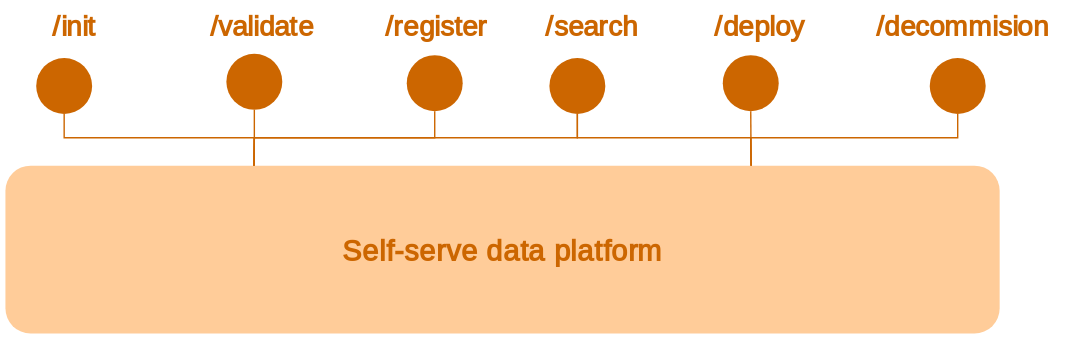
Above: docs/images/concepts/self-serve-data-platform.svg in opendatamesh-initiative/odm-site-platform (draw.io), before the change. Source tidied: cells renumbered, new cells last; positions are measured from the earlier drawing's top-left corner, leaving out a move shared by most shapes.
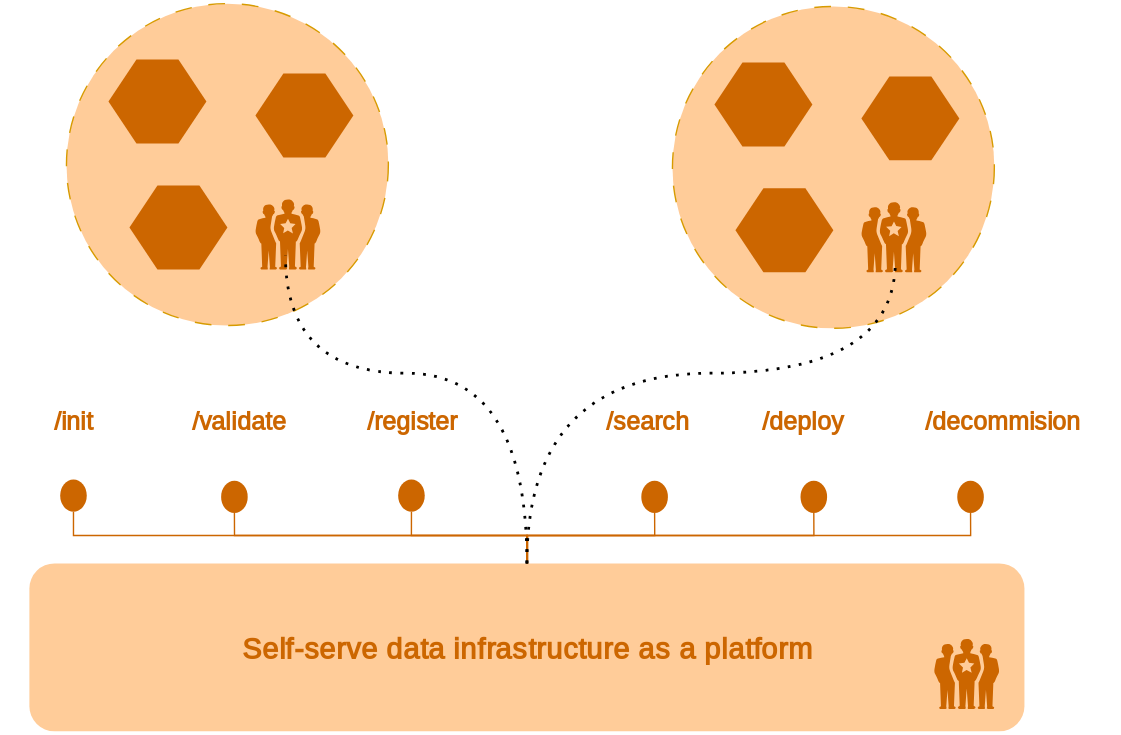
After the commit.

What changed in the source:
```diff
@@ -2,94 +2,142 @@
   <root>
     <mxCell id="0" />
     <mxCell id="1" parent="0" />
-    <mxCell id="2" value="&lt;font style=&quot;color: rgb(204, 102, 0); font-size: 21px;&quot; face=&quot;Poppins&quot;&gt;&lt;b style=&quot;&quot;&gt;Self-serve data platform&lt;/b&gt;&lt;/font&gt;" style="rounded=1;whiteSpace=wrap;html=1;fillColor=#FFCC99;strokeColor=none;" parent="1" vertex="1">
-      <mxGeometry x="1" y="116" width="711" height="120" as="geometry" />
+    <mxCell id="2" value="&lt;font style=&quot;color: rgb(204, 102, 0); font-size: 21px;&quot; face=&quot;Poppins&quot;&gt;&lt;b style=&quot;&quot;&gt;Self-serve data infrastructure as a platform&lt;/b&gt;&lt;/font&gt;" style="rounded=1;whiteSpace=wrap;html=1;fillColor=#FFCC99;strokeColor=none;" parent="1" vertex="1">
+      <mxGeometry x="0.5" y="252" width="711" height="120" as="geometry" />
     </mxCell>
-    <mxCell id="3" value="&lt;font style=&quot;color: rgb(204, 102, 0); font-size: 20px;&quot;&gt;/init&lt;/font&gt;" style="text;html=1;align=center;verticalAlign=middle;whiteSpace=wrap;rounded=0;fontStyle=1;fontFamily=Poppins;fontSource=https%3A%2F%2Ffonts.googleapis.com%2Fcss%3Ffamily%3DPoppins;" parent="1" vertex="1">
-      <mxGeometry width="100" height="30" as="geometry" />
+    <mxCell id="3" value="&lt;font style=&quot;color: rgb(204, 102, 0);&quot;&gt;/init&lt;/font&gt;" style="text;html=1;align=center;verticalAlign=middle;whiteSpace=wrap;rounded=0;fontStyle=1;fontFamily=Poppins;fontSource=https%3A%2F%2Ffonts.googleapis.com%2Fcss%3Ffamily%3DPoppins;fontSize=18;" parent="1" vertex="1">
+      <mxGeometry x="-18" y="136" width="100" height="30" as="geometry" />
     </mxCell>
-    <mxCell id="4" style="ellipse;whiteSpace=wrap;html=1;strokeColor=none;fillColor=#CC6600;" parent="1" vertex="1">
-      <mxGeometry x="390" y="39" width="40" height="40" as="geometry" />
+    <mxCell id="4" value="&lt;font style=&quot;color: rgb(204, 102, 0);&quot;&gt;/register&lt;/font&gt;" style="text;html=1;align=center;verticalAlign=middle;whiteSpace=wrap;rounded=0;fontStyle=1;fontFamily=Poppins;fontSource=https%3A%2F%2Ffonts.googleapis.com%2Fcss%3Ffamily%3DPoppins;fontSize=18;" parent="1" vertex="1">
+      <mxGeometry x="228.5" y="136" width="90" height="30" as="geometry" />
     </mxCell>
-    <mxCell id="5" style="endArrow=none;html=1;rounded=0;exitX=0.75;exitY=0;exitDx=0;exitDy=0;entryX=0.5;entryY=1;entryDx=0;entryDy=0;strokeColor=#CC6600;" parent="1" edge="1" source="2" target="4">
-      <mxGeometry relative="1" as="geometry">
-        <Array as="points">
-          <mxPoint x="534" y="96" />
-          <mxPoint x="410" y="96" />
-        </Array>
-      </mxGeometry>
+    <mxCell id="5" value="&lt;font style=&quot;color: rgb(204, 102, 0);&quot;&gt;/deploy&lt;/font&gt;" style="text;html=1;align=center;verticalAlign=middle;whiteSpace=wrap;rounded=0;fontStyle=1;fontFamily=Poppins;fontSource=https%3A%2F%2Ffonts.googleapis.com%2Fcss%3Ffamily%3DPoppins;fontSize=18;" parent="1" vertex="1">
+      <mxGeometry x="437.8" y="136" width="230" height="30" as="geometry" />
     </mxCell>
-    <mxCell id="6" value="&lt;font style=&quot;color: rgb(204, 102, 0); font-size: 20px;&quot;&gt;/register&lt;/font&gt;" style="text;html=1;align=center;verticalAlign=middle;whiteSpace=wrap;rounded=0;fontStyle=1;fontFamily=Poppins;fontSource=https%3A%2F%2Ffonts.googleapis.com%2Fcss%3Ffamily%3DPoppins;" parent="1" vertex="1">
-      <mxGeometry x="264" width="90" height="30" as="geometry" />
+    <mxCell id="6" value="&lt;font style=&quot;color: rgb(204, 102, 0);&quot;&gt;/validate&lt;/font&gt;" style="text;html=1;align=center;verticalAlign=middle;whiteSpace=wrap;rounded=0;fontStyle=1;fontFamily=Poppins;fontSource=https%3A%2F%2Ffonts.googleapis.com%2Fcss%3Ffamily%3DPoppins;fontSize=18;" parent="1" vertex="1">
+      <mxGeometry x="104.5" y="136" width="90" height="30" as="geometry" />
     </mxCell>
-    <mxCell id="7" style="ellipse;whiteSpace=wrap;html=1;strokeColor=none;fillColor=#CC6600;" parent="1" vertex="1">
-      <mxGeometry x="514" y="37" width="40" height="40" as="geometry" />
+    <mxCell id="7" value="&lt;font style=&quot;color: rgb(204, 102, 0);&quot;&gt;/decommision&lt;/font&gt;" style="text;html=1;align=center;verticalAlign=middle;whiteSpace=wrap;rounded=0;fontStyle=1;fontFamily=Poppins;fontSource=https%3A%2F%2Ffonts.googleapis.com%2Fcss%3Ffamily%3DPoppins;fontSize=18;" parent="1" vertex="1">
+      <mxGeometry x="612.5" y="136" width="166" height="30" as="geometry" />
     </mxCell>
-    <mxCell id="8" value="&lt;font style=&quot;color: rgb(204, 102, 0); font-size: 20px;&quot;&gt;/deploy&lt;/font&gt;" style="text;html=1;align=center;verticalAlign=middle;whiteSpace=wrap;rounded=0;fontStyle=1;fontFamily=Poppins;fontSource=https%3A%2F%2Ffonts.googleapis.com%2Fcss%3Ffamily%3DPoppins;" parent="1" vertex="1">
-      <mxGeometry x="425.2" width="230" height="30" as="geometry" />
+    <mxCell id="8" style="edgeStyle=orthogonalEdgeStyle;rounded=0;jettySize=auto;html=1;exitX=0.5;exitY=1;exitDx=0;exitDy=0;entryX=0.5;entryY=0;entryDx=0;entryDy=0;endArrow=none;endFill=0;strokeColor=#CC6600;" parent="1" edge="1" source="9" target="2">
+      <mxGeometry relative="1" as="geometry">
+        <Array as="points">
+          <mxPoint x="32.5" y="232" />
+          <mxPoint x="356.5" y="232" />
+        </Array>
+      </mxGeometry>
     </mxCell>
-    <mxCell id="9" style="endArrow=none;html=1;rounded=0;exitX=0.75;exitY=0;exitDx=0;exitDy=0;entryX=0.5;entryY=1;entryDx=0;entryDy=0;strokeColor=#CC6600;" parent="1" edge="1" source="2" target="7">
-      <mxGeometry relative="1" as="geometry" />
+    <mxCell id="9" style="ellipse;whiteSpace=wrap;html=1;strokeColor=none;fillColor=#CC6600;" parent="1" vertex="1">
+      <mxGeometry x="22.5" y="192" width="19" height="23" as="geometry" />
     </mxCell>
-    <mxCell id="10" style="ellipse;whiteSpace=wrap;html=1;strokeColor=none;fillColor=#CC6600;" parent="1" vertex="1">
-      <mxGeometry x="159" y="36" width="40" height="40" as="geometry" />
+    <mxCell id="10" value="&lt;font style=&quot;color: rgb(204, 102, 0);&quot;&gt;/search&lt;/font&gt;" style="text;html=1;align=center;verticalAlign=middle;whiteSpace=wrap;rounded=0;fontStyle=1;fontFamily=Poppins;fontSource=https%3A%2F%2Ffonts.googleapis.com%2Fcss%3Ffamily%3DPoppins;fontSize=18;" parent="1" vertex="1">
+      <mxGeometry x="391.5" y="136" width="100" height="30" as="geometry" />
     </mxCell>
-    <mxCell id="11" style="endArrow=none;html=1;rounded=0;exitX=0.25;exitY=0;exitDx=0;exitDy=0;entryX=0.5;entryY=1;entryDx=0;entryDy=0;strokeColor=#CC6600;" parent="1" edge="1" source="2" target="10">
+    <mxCell id="11" style="edgeStyle=orthogonalEdgeStyle;rounded=0;jettySize=auto;html=1;exitX=0.5;exitY=1;exitDx=0;exitDy=0;entryX=0.5;entryY=0;entryDx=0;entryDy=0;endArrow=none;endFill=0;strokeColor=#CC6600;" parent="1" edge="1" source="12" target="2">
       <mxGeometry relative="1" as="geometry">
         <Array as="points">
-          <mxPoint x="179" y="96" />
+          <mxPoint x="146.5" y="232" />
+          <mxPoint x="356.5" y="232" />
         </Array>
       </mxGeometry>
     </mxCell>
-    <mxCell id="12" value="&lt;font style=&quot;color: rgb(204, 102, 0); font-size: 20px;&quot;&gt;/validate&lt;/font&gt;" style="text;html=1;align=center;verticalAlign=middle;whiteSpace=wrap;rounded=0;fontStyle=1;fontFamily=Poppins;fontSource=https%3A%2F%2Ffonts.googleapis.com%2Fcss%3Ffamily%3DPoppins;" parent="1" vertex="1">
-      <mxGeometry x="139" width="90" height="30" as="geometry" />
+    <mxCell id="12" style="ellipse;whiteSpace=wrap;html=1;strokeColor=none;fillColor=#CC6600;" parent="1" vertex="1">
+      <mxGeometry x="137.5" y="193" width="19" height="23" as="geometry" />
     </mxCell>
-    <mxCell id="13" style="ellipse;whiteSpace=wrap;html=1;strokeColor=none;fillColor=#CC6600;" parent="1" vertex="1">
-      <mxGeometry x="662" y="39" width="40" height="40" as="geometry" />
+    <mxCell id="13" style="edgeStyle=orthogonalEdgeStyle;rounded=0;jettySize=auto;html=1;entryX=0.5;entryY=0;entryDx=0;entryDy=0;endArrow=none;endFill=0;strokeColor=#CC6600;" parent="1" edge="1" source="14" target="2">
+      <mxGeometry relative="1" as="geometry">
+        <Array as="points">
+          <mxPoint x="273.5" y="232" />
+          <mxPoint x="356.5" y="232" />
+        </Array>
+      </mxGeometry>
     </mxCell>
-    <mxCell id="14" style="endArrow=none;html=1;rounded=0;exitX=0.5;exitY=1;exitDx=0;exitDy=0;entryX=0.75;entryY=0;entryDx=0;entryDy=0;strokeColor=#CC6600;" parent="1" edge="1" source="13" target="2">
-      <mxGeometry relative="1" as="geometry">
-        <Array as="points">
-          <mxPoint x="682" y="96" />
-          <mxPoint x="534" y="96" />
-        </Array>
-      </mxGeometry>
+    <mxCell id="14" style="ellipse;whiteSpace=wrap;html=1;strokeColor=none;fillColor=#CC6600;" parent="1" vertex="1">
+      <mxGeometry x="264" y="192" width="19" height="23" as="geometry" />
     </mxCell>
-    <mxCell id="15" value="&lt;font style=&quot;color: rgb(204, 102, 0); font-size: 20px;&quot;&gt;/decommision&lt;/font&gt;" style="text;html=1;align=center;verticalAlign=middle;whiteSpace=wrap;rounded=0;fontStyle=1;fontFamily=Poppins;fontSource=https%3A%2F%2Ffonts.googleapis.com%2Fcss%3Ffamily%3DPoppins;" parent="1" vertex="1">
-      <mxGeometry x="602" width="166" height="30" as="geometry" />
+    <mxCell id="15" style="edgeStyle=orthogonalEdgeStyle;rounded=0;jettySize=auto;html=1;exitX=0.5;exitY=1;exitDx=0;exitDy=0;entryX=0.5;entryY=0;entryDx=0;entryDy=0;endArrow=none;endFill=0;strokeColor=#CC6600;" parent="1" edge="1" source="16" target="2">
+      <mxGeometry relative="1" as="geometry">
+        <Array as="points">
+          <mxPoint x="447.5" y="232" />
+          <mxPoint x="356.5" y="232" />
+        </Array>
+      </mxGeometry>
     </mxCell>
     <mxCell id="16" style="ellipse;whiteSpace=wrap;html=1;strokeColor=none;fillColor=#CC6600;" parent="1" vertex="1">
-      <mxGeometry x="23" y="39" width="40" height="40" as="geometry" />
+      <mxGeometry x="437.8" y="193" width="19" height="23" as="geometry" />
     </mxCell>
-    <mxCell id="17" style="endArrow=none;html=1;rounded=0;exitX=0.25;exitY=0;exitDx=0;exitDy=0;entryX=0.5;entryY=1;entryDx=0;entryDy=0;strokeColor=#CC6600;" parent="1" edge="1" source="2" target="16">
+    <mxCell id="17" style="edgeStyle=orthogonalEdgeStyle;rounded=0;jettySize=auto;html=1;entryX=0.5;entryY=0;entryDx=0;entryDy=0;endArrow=none;endFill=0;strokeColor=#CC6600;" parent="1" edge="1" source="18" target="2">
       <mxGeometry relative="1" as="geometry">
         <Array as="points">
-          <mxPoint x="179" y="96" />
-          <mxPoint x="43" y="96" />
+          <mxPoint x="561.5" y="232" />
+          <mxPoint x="356.5" y="232" />
         </Array>
       </mxGeometry>
     </mxCell>
     <mxCell id="18" style="ellipse;whiteSpace=wrap;html=1;strokeColor=none;fillColor=#CC6600;" parent="1" vertex="1">
-      <mxGeometry x="288" y="37" width="40" height="40" as="geometry" />
+      <mxGeometry x="551.5" y="193" width="19" height="23" as="geometry" />
     </mxCell>
-    <mxCell id="19" style="endArrow=none;html=1;rounded=0;exitX=0.25;exitY=0;exitDx=0;exitDy=0;entryX=0.5;entryY=1;entryDx=0;entryDy=0;strokeColor=#CC6600;" parent="1" edge="1" source="2" target="18">
-      <mxGeometry relative="1" as="geometry">
-        <Array as="points">
-          <mxPoint x="179" y="96" />
-          <mxPoint x="308" y="96" />
-        </Array>
-      </mxGeometry>
+    <mxCell id="19" style="ellipse;whiteSpace=wrap;html=1;strokeColor=none;fillColor=#CC6600;" parent="1" vertex="1">
+      <mxGeometry x="663.5" y="193" width="19" height="23" as="geometry" />
     </mxCell>
-    <mxCell id="20" value="&lt;font style=&quot;color: rgb(204, 102, 0); font-size: 20px;&quot;&gt;/search&lt;/font&gt;" style="text;html=1;align=center;verticalAlign=middle;whiteSpace=wrap;rounded=0;fontStyle=1;fontFamily=Poppins;fontSource=https%3A%2F%2Ffonts.googleapis.com%2Fcss%3Ffamily%3DPoppins;" parent="1" vertex="1">
-      <mxGeometry x="370" width="100" height="30" as="geometry" />
+    <mxCell id="20" style="edgeStyle=orthogonalEdgeStyle;rounded=0;jettySize=auto;html=1;entryX=0.5;entryY=0;entryDx=0;entryDy=0;endArrow=none;endFill=0;exitX=0.5;exitY=1;exitDx=0;exitDy=0;strokeColor=#CC6600;" parent="1" edge="1" source="19" target="2">
+      <mxGeometry relative="1" as="geometry">
+        <Array as="points">
+          <mxPoint x="673.5" y="232" />
+          <mxPoint x="356.5" y="232" />
+          <mxPoint x="356.5" y="252" />
+        </Array>
+      </mxGeometry>
     </mxCell>
-    <mxCell id="21" style="endArrow=none;html=1;rounded=0;exitX=0.25;exitY=0;exitDx=0;exitDy=0;entryX=0.5;entryY=1;entryDx=0;entryDy=0;strokeColor=#CC6600;" parent="1" edge="1" source="2" target="4">
-      <mxGeometry relative="1" as="geometry">
-        <Array as="points">
-          <mxPoint x="179" y="96" />
-          <mxPoint x="410" y="96" />
-        </Array>
-      </mxGeometry>
+    <mxCell id="21" style="ellipse;whiteSpace=wrap;html=1;dashed=1;dashPattern=12 12;fillColor=#FFCC99;strokeColor=#d79b00;fontFamily=Poppins;fontSource=https%3A%2F%2Ffonts.googleapis.com%2Fcss%3Ffamily%3DPoppins;" parent="1" vertex="1">
+      <mxGeometry x="27" y="-148" width="230" height="230" as="geometry" />
     </mxCell>
+    <mxCell id="22" style="shape=hexagon;perimeter=hexagonPerimeter2;whiteSpace=wrap;html=1;fixedSize=1;fillColor=#CC6600;strokeColor=none;fontFamily=Poppins;fontSource=https%3A%2F%2Ffonts.googleapis.com%2Fcss%3Ffamily%3DPoppins;" parent="1" vertex="1">
+      <mxGeometry x="57" y="-108" width="70" height="60" as="geometry" />
+    </mxCell>
+    <mxCell id="23" style="shape=hexagon;perimeter=hexagonPerimeter2;whiteSpace=wrap;html=1;fixedSize=1;fillColor=#CC6600;strokeColor=none;fontFamily=Poppins;fontSource=https%3A%2F%2Ffonts.googleapis.com%2Fcss%3Ffamily%3DPoppins;" parent="1" vertex="1">
+      <mxGeometry x="162" y="-98" width="70" height="60" as="geometry" />
+    </mxCell>
+    <mxCell id="24" style="shape=hexagon;perimeter=hexagonPerimeter2;whiteSpace=wrap;html=1;fixedSize=1;fillColor=#CC6600;strokeColor=none;fontFamily=Poppins;fontSource=https%3A%2F%2Ffonts.googleapis.com%2Fcss%3Ffamily%3DPoppins;" parent="1" vertex="1">
+      <mxGeometry x="72" y="-18" width="70" height="60" as="geometry" />
+    </mxCell>
+    <mxCell id="25" style="verticalLabelPosition=bottom;sketch=0;html=1;fillColor=#CC6600;strokeColor=none;verticalAlign=top;align=center;shape=mxgraph.cisco_safe.people_places_things_icons.icon1;fontColor=#CC6600;fontFamily=Poppins;fontSource=https%3A%2F%2Ffonts.googleapis.com%2Fcss%3Ffamily%3DPoppins;" parent="1" vertex="1">
+      <mxGeometry x="162" y="-8" width="46.5" height="50" as="geometry" />
+    </mxCell>
+    <mxCell id="26" style="ellipse;whiteSpace=wrap;html=1;dashed=1;dashPattern=12 12;fillColor=#FFCC99;strokeColor=#d79b00;fontFamily=Poppins;fontSource=https%3A%2F%2Ffonts.googleapis.com%2Fcss%3Ffamily%3DPoppins;" parent="1" vertex="1">
+      <mxGeometry x="460" y="-146" width="230" height="230" as="geometry" />
+    </mxCell>
+    <mxCell id="27" style="shape=hexagon;perimeter=hexagonPerimeter2;whiteSpace=wrap;html=1;fixedSize=1;fillColor=#CC6600;strokeColor=none;fontFamily=Poppins;fontSource=https%3A%2F%2Ffonts.googleapis.com%2Fcss%3Ffamily%3DPoppins;" parent="1" vertex="1">
+      <mxGeometry x="490" y="-106" width="70" height="60" as="geometry" />
+    </mxCell>
+    <mxCell id="28" style="shape=hexagon;perimeter=hexagonPerimeter2;whiteSpace=wrap;html=1;fixedSize=1;fillColor=#CC6600;strokeColor=none;fontFamily=Poppins;fontSource=https%3A%2F%2Ffonts.googleapis.com%2Fcss%3Ffamily%3DPoppins;" parent="1" vertex="1">
+      <mxGeometry x="595" y="-96" width="70" height="60" as="geometry" />
+    </mxCell>
+    <mxCell id="29" style="shape=hexagon;perimeter=hexagonPerimeter2;whiteSpace=wrap;html=1;fixedSize=1;fillColor=#CC6600;strokeColor=none;fontFamily=Poppins;fontSource=https%3A%2F%2Ffonts.googleapis.com%2Fcss%3Ffamily%3DPoppins;" parent="1" vertex="1">
+      <mxGeometry x="505" y="-16" width="70" height="60" as="geometry" />
+    </mxCell>
+    <mxCell id="30" style="verticalLabelPosition=bottom;sketch=0;html=1;fillColor=#CC6600;strokeColor=none;verticalAlign=top;align=center;shape=mxgraph.cisco_safe.people_places_things_icons.icon1;fontColor=#CC6600;fontFamily=Poppins;fontSource=https%3A%2F%2Ffonts.googleapis.com%2Fcss%3Ffamily%3DPoppins;" parent="1" vertex="1">
+      <mxGeometry x="595" y="-6" width="46.5" height="50" as="geometry" />
+    </mxCell>
+    <mxCell id="31" style="endArrow=none;dashed=1;html=1;dashPattern=1 3;strokeWidth=2;rounded=0;edgeStyle=orthogonalEdgeStyle;curved=1;exitX=0.5;exitY=0;exitDx=0;exitDy=0;entryX=0.522;entryY=0.837;entryDx=0;entryDy=0;entryPerimeter=0;" parent="1" edge="1" source="2" target="30">
+      <mxGeometry relative="1" as="geometry">
+        <Array as="points">
+          <mxPoint x="356" y="116" />
+          <mxPoint x="619" y="116" />
+        </Array>
+      </mxGeometry>
+    </mxCell>
+    <mxCell id="32" style="endArrow=none;dashed=1;html=1;dashPattern=1 3;strokeWidth=2;rounded=0;edgeStyle=orthogonalEdgeStyle;curved=1;exitX=0.5;exitY=0;exitDx=0;exitDy=0;entryX=0.462;entryY=0.8;entryDx=0;entryDy=0;entryPerimeter=0;" parent="1" edge="1" source="2" target="25">
+      <mxGeometry relative="1" as="geometry">
+        <Array as="points">
+          <mxPoint x="356" y="116" />
+          <mxPoint x="183" y="116" />
+        </Array>
+      </mxGeometry>
+    </mxCell>
+    <mxCell id="33" style="verticalLabelPosition=bottom;sketch=0;html=1;fillColor=#CC6600;strokeColor=none;verticalAlign=top;align=center;shape=mxgraph.cisco_safe.people_places_things_icons.icon1;fontColor=#CC6600;fontFamily=Poppins;fontSource=https%3A%2F%2Ffonts.googleapis.com%2Fcss%3Ffamily%3DPoppins;" parent="1" vertex="1">
+      <mxGeometry x="647" y="306" width="46.5" height="50" as="geometry" />
+    </mxCell>
   </root>
 </mxGraphModel>
```
